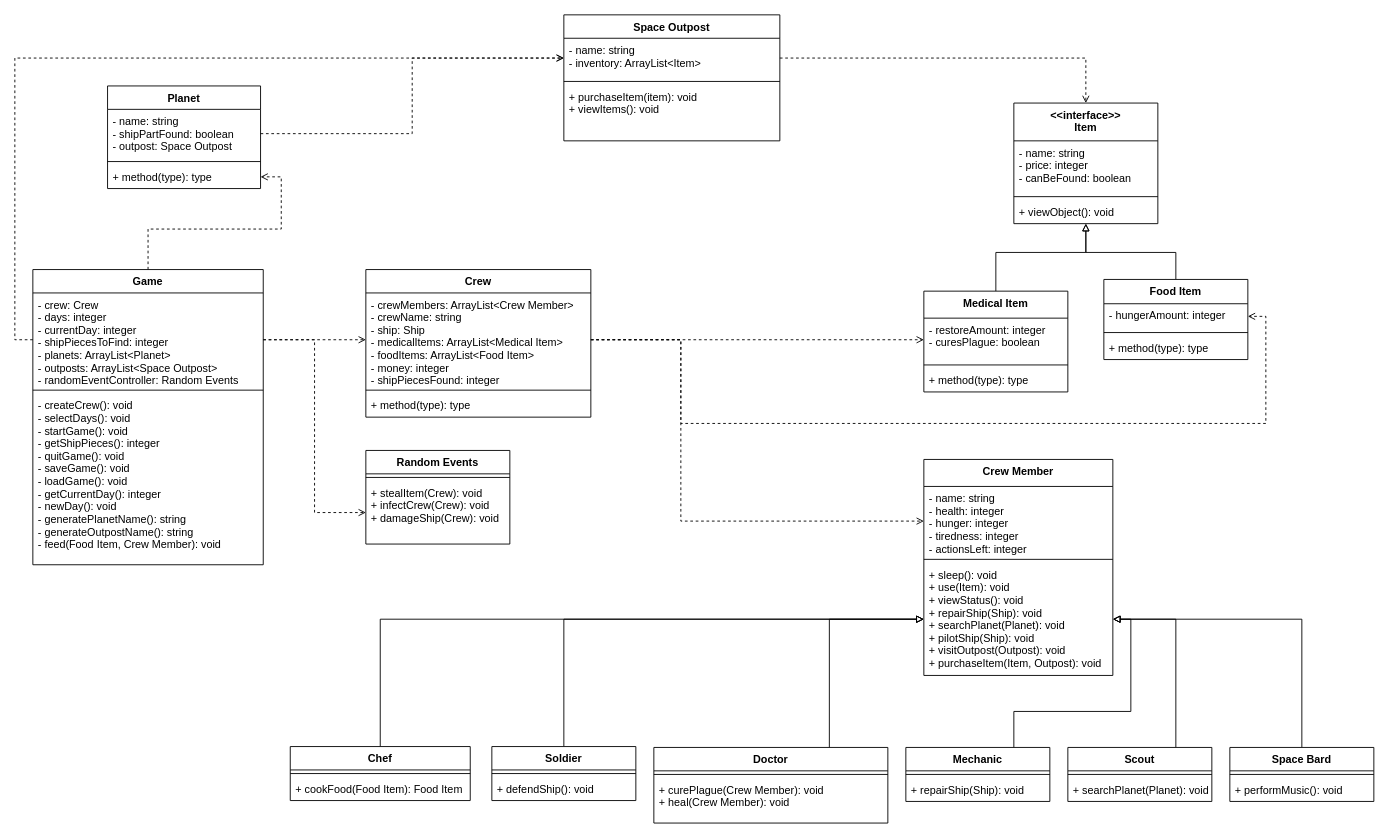
The draw.io diagram UML/Class Diagram.drawio in SaahilNZ/SENG201-Space-Explorer, before the edit. Source tidied: cells renumbered, new cells numbered last; positions are measured from the earlier drawing's top-left corner, leaving out a move shared by most shapes. Both pictures are drawn from the tidied source at 90%, with x=0, y=0 at pixel (32, 14).
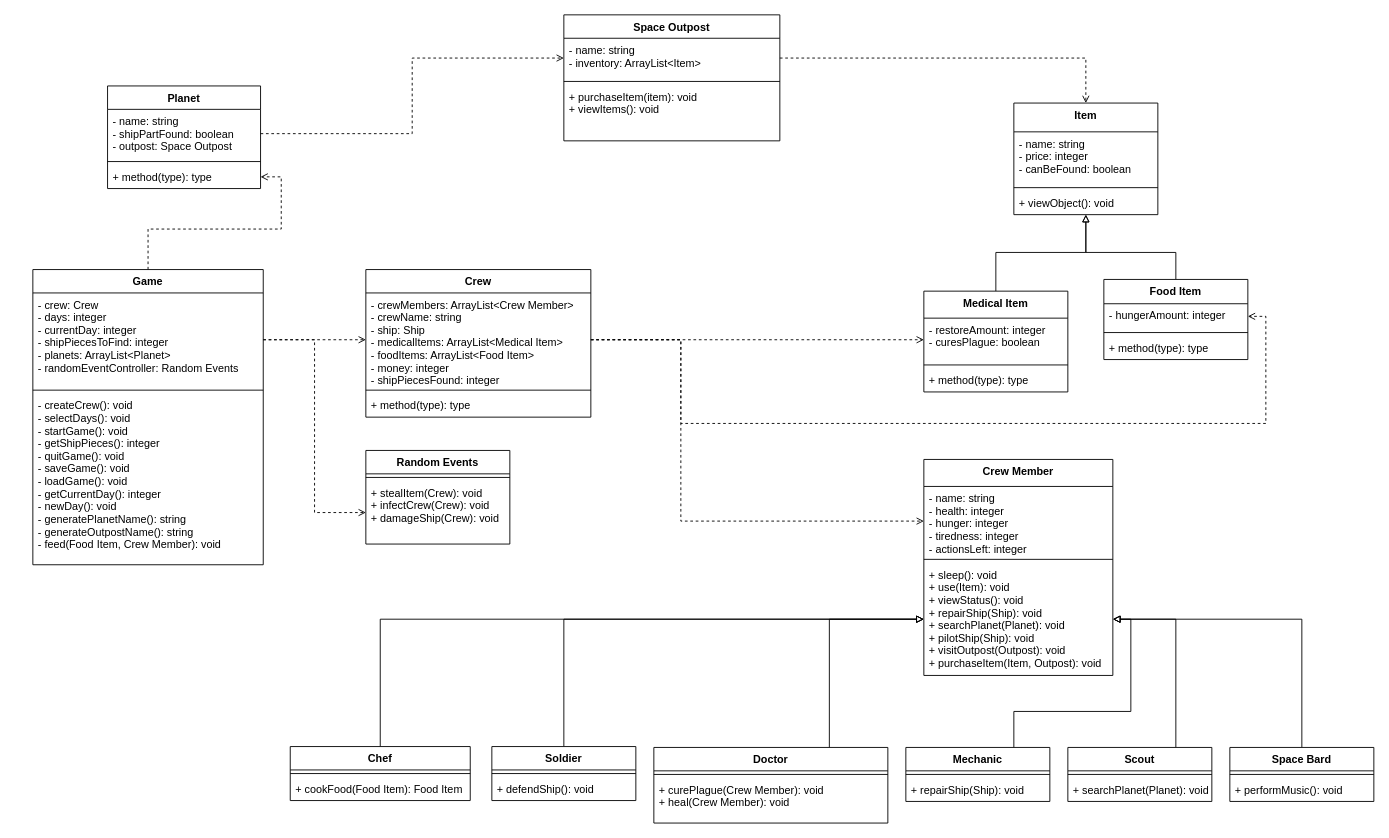
The same page after the edit.

Commit message:
Change Item from an interface to an abstract class in the UML

The change refers to these unchanged cells:
```xml
<mxCell id="32" value="Game" style="swimlane;fontStyle=1;align=center;verticalAlign=top;horizontal=1;startSize=26;" parent="1" vertex="1">
  <mxGeometry y="283" width="256" height="328" as="geometry" />
</mxCell>
<mxCell id="38" value="- name: string&#10;- inventory: ArrayList&lt;Item&gt;&#10;" style="text;strokeColor=none;fillColor=none;align=left;verticalAlign=top;spacingLeft=4;spacingRight=4;overflow=hidden;points=[[0,0.5],[1,0.5]];portConstraint=eastwest;" parent="37" vertex="1">
  <mxGeometry y="26" width="240" height="44" as="geometry" />
</mxCell>
```

Change to the diagram source:
```diff
@@
-    <mxCell id="16" value="&lt;&lt;interface&gt;&gt;&#10;Item&#10;" style="swimlane;fontStyle=1;align=center;verticalAlign=top;horizontal=1;startSize=42;" parent="1" vertex="1">
-      <mxGeometry x="1090" y="98" width="160" height="134" as="geometry" />
+    <mxCell id="16" value="Item&#10;" style="swimlane;fontStyle=1;align=center;verticalAlign=top;horizontal=1;startSize=32;" parent="1" vertex="1">
+      <mxGeometry x="1090" y="98" width="160" height="124" as="geometry" />
     </mxCell>
     <mxCell id="17" value="- name: string&#10;- price: integer&#10;- canBeFound: boolean" style="text;strokeColor=none;fillColor=none;align=left;verticalAlign=top;spacingLeft=4;spacingRight=4;overflow=hidden;" parent="16" vertex="1">
-      <mxGeometry y="42" width="160" height="58" as="geometry" />
+      <mxGeometry y="32" width="160" height="58" as="geometry" />
     </mxCell>
     <mxCell id="18" style="line;strokeWidth=1;fillColor=none;align=left;verticalAlign=middle;spacingTop=-1;spacingLeft=3;spacingRight=3;labelPosition=right;" parent="16" vertex="1">
-      <mxGeometry y="100" width="160" height="8" as="geometry" />
+      <mxGeometry y="90" width="160" height="8" as="geometry" />
     </mxCell>
     <mxCell id="19" value="+ viewObject(): void" style="text;strokeColor=none;fillColor=none;align=left;verticalAlign=top;spacingLeft=4;spacingRight=4;overflow=hidden;" parent="16" vertex="1">
-      <mxGeometry y="108" width="160" height="26" as="geometry" />
+      <mxGeometry y="98" width="160" height="26" as="geometry" />
     </mxCell>
@@
-    <mxCell id="33" value="- crew: Crew&#10;- days: integer&#10;- currentDay: integer&#10;- shipPiecesToFind: integer&#10;- planets: ArrayList&lt;Planet&gt;&#10;- outposts: ArrayList&lt;Space Outpost&gt;&#10;- randomEventController: Random Events" style="text;strokeColor=none;fillColor=none;align=left;verticalAlign=top;spacingLeft=4;spacingRight=4;overflow=hidden;points=[[0,0.5],[1,0.5]];portConstraint=eastwest;" parent="32" vertex="1">
+    <mxCell id="33" value="- crew: Crew&#10;- days: integer&#10;- currentDay: integer&#10;- shipPiecesToFind: integer&#10;- planets: ArrayList&lt;Planet&gt;&#10;- randomEventController: Random Events" style="text;strokeColor=none;fillColor=none;align=left;verticalAlign=top;spacingLeft=4;spacingRight=4;overflow=hidden;points=[[0,0.5],[1,0.5]];portConstraint=eastwest;" parent="32" vertex="1">
       <mxGeometry y="26" width="256" height="104" as="geometry" />
     </mxCell>
@@
-    <mxCell id="42" style="edgeStyle=orthogonalEdgeStyle;rounded=0;jettySize=auto;html=1;exitX=0;exitY=0.5;exitDx=0;exitDy=0;entryX=0;entryY=0.5;entryDx=0;entryDy=0;dashed=1;endArrow=open;endFill=0;" parent="1" edge="1" source="33" target="38">
-      <mxGeometry relative="1" as="geometry" />
-    </mxCell>
```
